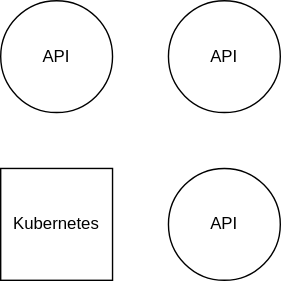
Earlier version of the draw.io export wiki/images/Test.svg (IndustryFusion/DigitalTwin). Source tidied: cells renumbered, new cells last; positions are measured from the earlier drawing's top-left corner, leaving out a move shared by most shapes.
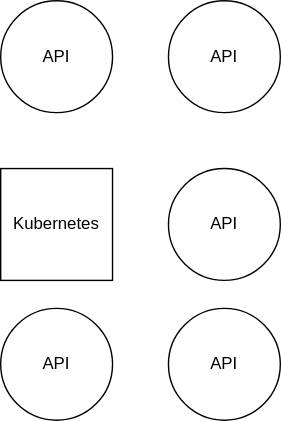
The same file after the commit.

The edit, as a diff of the source:
```diff
@@ -14,5 +14,11 @@
     <mxCell id="5" value="API" style="ellipse;whiteSpace=wrap;html=1;" parent="1" vertex="1">
       <mxGeometry x="120" width="80" height="80" as="geometry" />
     </mxCell>
+    <mxCell id="6" value="API" style="ellipse;whiteSpace=wrap;html=1;" parent="1" vertex="1">
+      <mxGeometry y="220" width="80" height="80" as="geometry" />
+    </mxCell>
+    <mxCell id="7" value="API" style="ellipse;whiteSpace=wrap;html=1;" parent="1" vertex="1">
+      <mxGeometry x="120" y="220" width="80" height="80" as="geometry" />
+    </mxCell>
   </root>
 </mxGraphModel>
```
